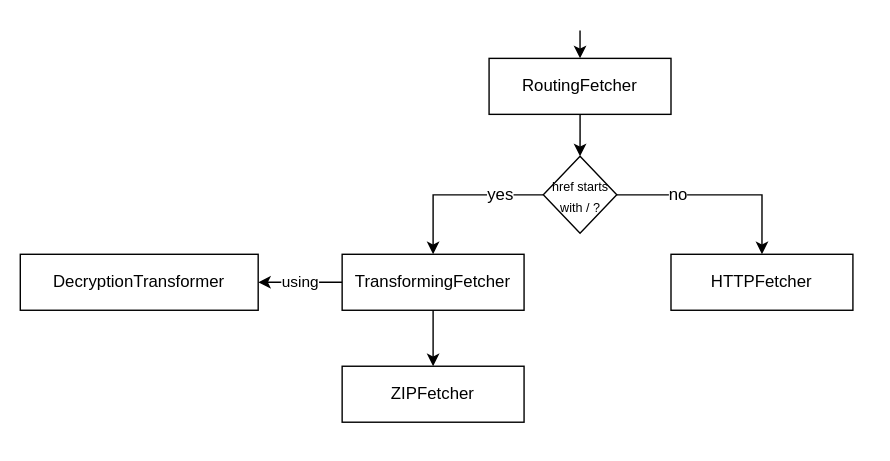
This is proposals/assets/002-lcp.svg from readium/architecture, a draw.io export, as it was before one commit. Source tidied: cells renumbered, new cells last; positions are measured from the earlier drawing's top-left corner, leaving out a move shared by most shapes.
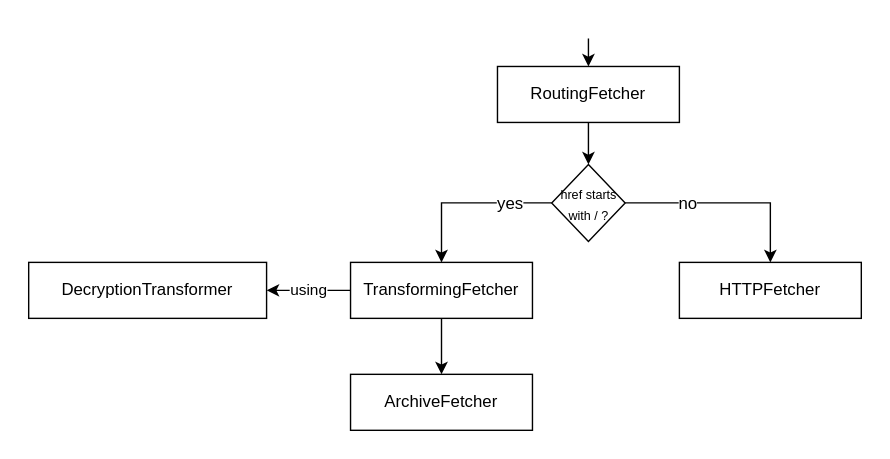
The same file after the commit.

Commit message:
Add Fetcher::links Rename ZIPFetcher into ArchiveFetcher

The edit, as a diff of the source:
```diff
@@ -23,7 +23,7 @@
     <mxCell id="8" value="TransformingFetcher" style="rounded=0;whiteSpace=wrap;html=1;" parent="1" vertex="1">
       <mxGeometry x="230" y="160" width="130" height="40" as="geometry" />
     </mxCell>
-    <mxCell id="9" value="ZIPFetcher" style="rounded=0;whiteSpace=wrap;html=1;" parent="1" vertex="1">
+    <mxCell id="9" value="ArchiveFetcher" style="rounded=0;whiteSpace=wrap;html=1;" parent="1" vertex="1">
       <mxGeometry x="230" y="240" width="130" height="40" as="geometry" />
     </mxCell>
     <mxCell id="10" style="edgeStyle=orthogonalEdgeStyle;rounded=0;jettySize=auto;html=1;entryX=0.5;entryY=0;entryDx=0;entryDy=0;" parent="1" edge="1" source="14" target="5">
```
